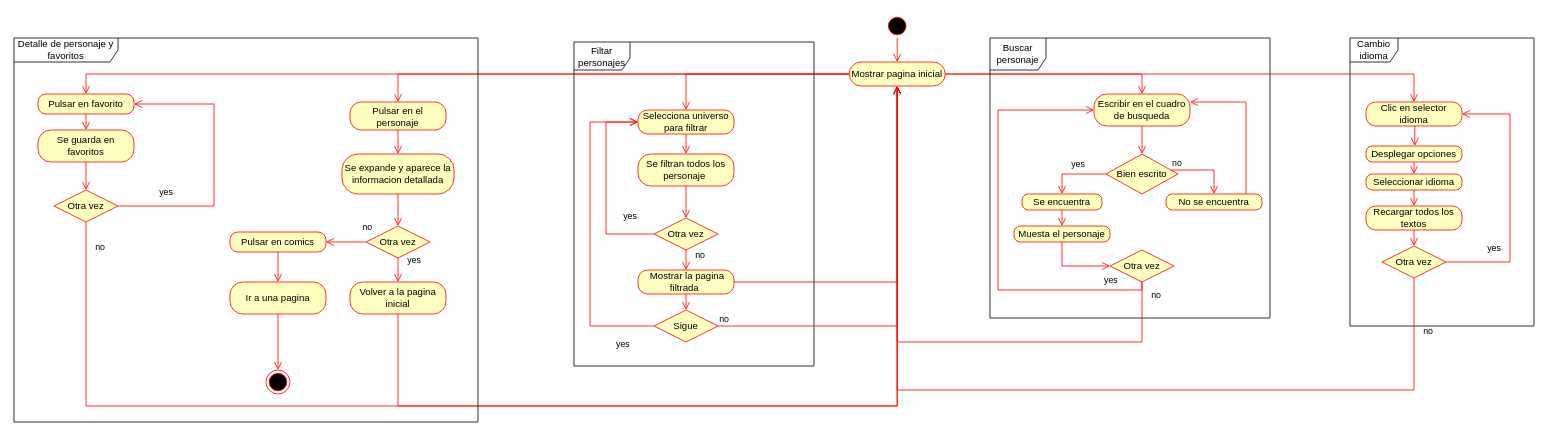
Above: MarvelAPI/Diagrama_Actividad_Marvel.drawio in MarvelAPIProject/Marvel (draw.io), before the change. Source tidied: cells renumbered, new cells numbered last; positions are measured from the earlier drawing's top-left corner, leaving out a move shared by most shapes. Both pictures are drawn from the tidied source at 80%, with x=0, y=0 at pixel (14, 14).
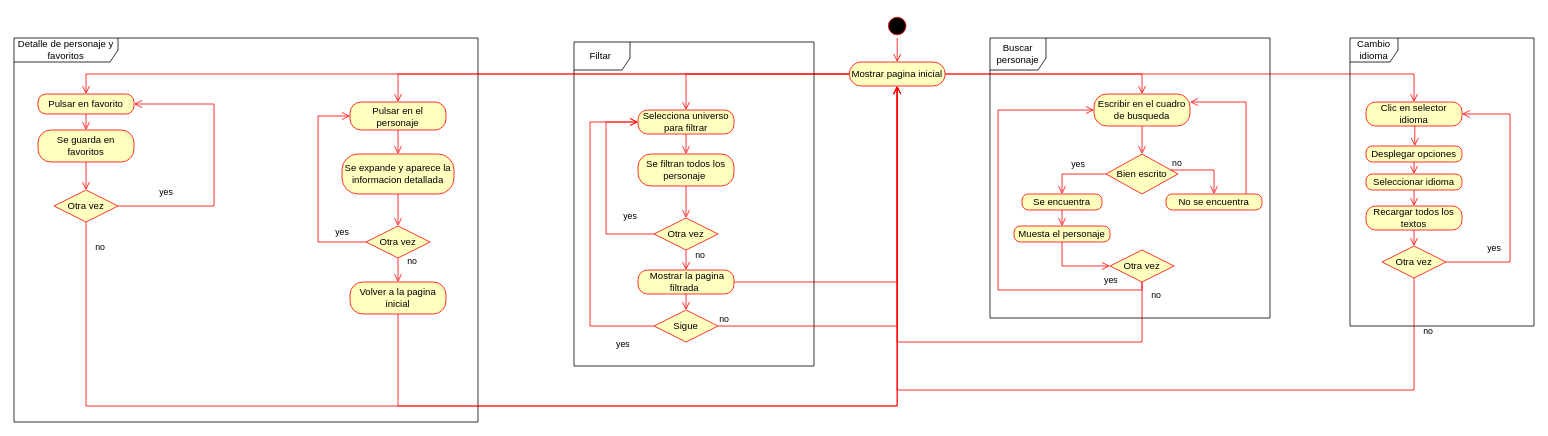
After the change.

Commit message:
Diagrama_actividad_modificado

Unchanged cells that the change refers to:
```xml
<mxCell id="48" value="Pulsar en el personaje" style="rounded=1;whiteSpace=wrap;html=1;arcSize=40;fontColor=#000000;fillColor=#ffffc0;strokeColor=#ff0000;" parent="1" vertex="1">
  <mxGeometry x="420" y="110" width="120" height="35" as="geometry" />
</mxCell>
<mxCell id="52" value="Otra vez" style="rhombus;whiteSpace=wrap;html=1;fontColor=#000000;fillColor=#ffffc0;strokeColor=#ff0000;" parent="1" vertex="1">
  <mxGeometry x="440" y="265" width="80" height="40" as="geometry" />
</mxCell>
<mxCell id="55" value="Volver a la pagina inicial" style="rounded=1;whiteSpace=wrap;html=1;arcSize=40;fontColor=#000000;fillColor=#ffffc0;strokeColor=#ff0000;" parent="1" vertex="1">
  <mxGeometry x="420" y="335" width="120" height="40" as="geometry" />
</mxCell>
```

Change to the diagram source:
```diff
@@
-    <mxCell id="6" style="ellipse;html=1;shape=endState;fillColor=#000000;strokeColor=#ff0000;" parent="1" vertex="1">
-      <mxGeometry x="315" y="445" width="30" height="30" as="geometry" />
-    </mxCell>
@@
-    <mxCell id="47" value="Filtar personajes" style="shape=umlFrame;whiteSpace=wrap;html=1;width=70;height=35;" parent="1" vertex="1">
+    <mxCell id="47" value="Filtar&amp;nbsp;" style="shape=umlFrame;whiteSpace=wrap;html=1;width=70;height=35;" parent="1" vertex="1">
       <mxGeometry x="700" y="35" width="300" height="405" as="geometry" />
     </mxCell>
@@
-    <mxCell id="53" value="no" style="edgeStyle=orthogonalEdgeStyle;html=1;align=left;verticalAlign=bottom;endArrow=open;endSize=8;strokeColor=#ff0000;rounded=0;" parent="1" edge="1" source="52" target="57">
-      <mxGeometry x="-0.76" y="-10" relative="1" as="geometry" />
+    <mxCell id="53" value="no" style="edgeStyle=orthogonalEdgeStyle;html=1;align=left;verticalAlign=bottom;endArrow=open;endSize=8;strokeColor=#ff0000;rounded=0;" parent="1" edge="1" source="52" target="55">
+      <mxGeometry x="-0.11" y="10" relative="1" as="geometry">
+        <Array as="points">
+          <mxPoint x="480" y="330" />
+          <mxPoint x="480" y="330" />
+        </Array>
+      </mxGeometry>
     </mxCell>
-    <mxCell id="54" value="yes" style="edgeStyle=orthogonalEdgeStyle;html=1;align=left;verticalAlign=top;endArrow=open;endSize=8;strokeColor=#ff0000;rounded=0;" parent="1" edge="1" source="52" target="55">
-      <mxGeometry x="-1" y="14" relative="1" as="geometry">
-        <mxPoint x="-4" y="-10" as="offset" />
+    <mxCell id="54" value="yes" style="edgeStyle=orthogonalEdgeStyle;html=1;align=left;verticalAlign=top;endArrow=open;endSize=8;strokeColor=#ff0000;rounded=0;" parent="1" edge="1" source="52" target="48">
+      <mxGeometry x="-0.34" y="-20" relative="1" as="geometry">
+        <Array as="points">
+          <mxPoint x="380" y="285" />
+          <mxPoint x="380" y="127.5" />
+        </Array>
       </mxGeometry>
     </mxCell>
@@
-    <mxCell id="57" value="Pulsar en comics" style="rounded=1;whiteSpace=wrap;html=1;arcSize=40;fontColor=#000000;fillColor=#ffffc0;strokeColor=#ff0000;" parent="1" vertex="1">
-      <mxGeometry x="270" y="272.5" width="120" height="25" as="geometry" />
-    </mxCell>
-    <mxCell id="58" style="edgeStyle=orthogonalEdgeStyle;html=1;verticalAlign=bottom;endArrow=open;endSize=8;strokeColor=#ff0000;rounded=0;" parent="1" edge="1" source="57" target="59">
-      <mxGeometry relative="1" as="geometry" />
-    </mxCell>
-    <mxCell id="59" value="Ir a una pagina" style="rounded=1;whiteSpace=wrap;html=1;arcSize=40;fontColor=#000000;fillColor=#ffffc0;strokeColor=#ff0000;" parent="1" vertex="1">
-      <mxGeometry x="270" y="335" width="120" height="40" as="geometry" />
-    </mxCell>
-    <mxCell id="60" style="edgeStyle=orthogonalEdgeStyle;html=1;verticalAlign=bottom;endArrow=open;endSize=8;strokeColor=#ff0000;rounded=0;" parent="1" edge="1" source="59" target="6">
-      <mxGeometry relative="1" as="geometry" />
-    </mxCell>
```
